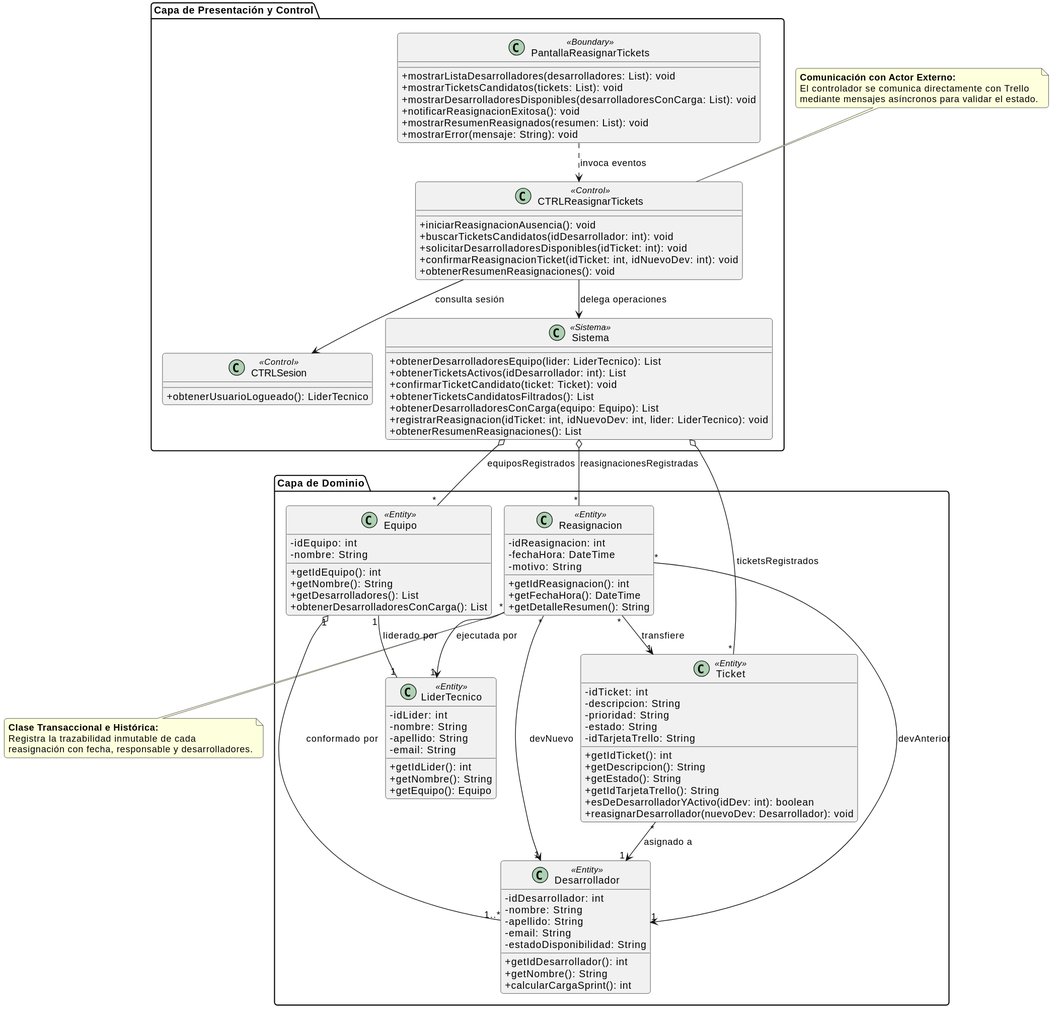
Earlier version of the PlantUML export modelos/02/03-diagrama-clases/clases_reasignar_tickets.svg (sandobaitt/dsi-2026).
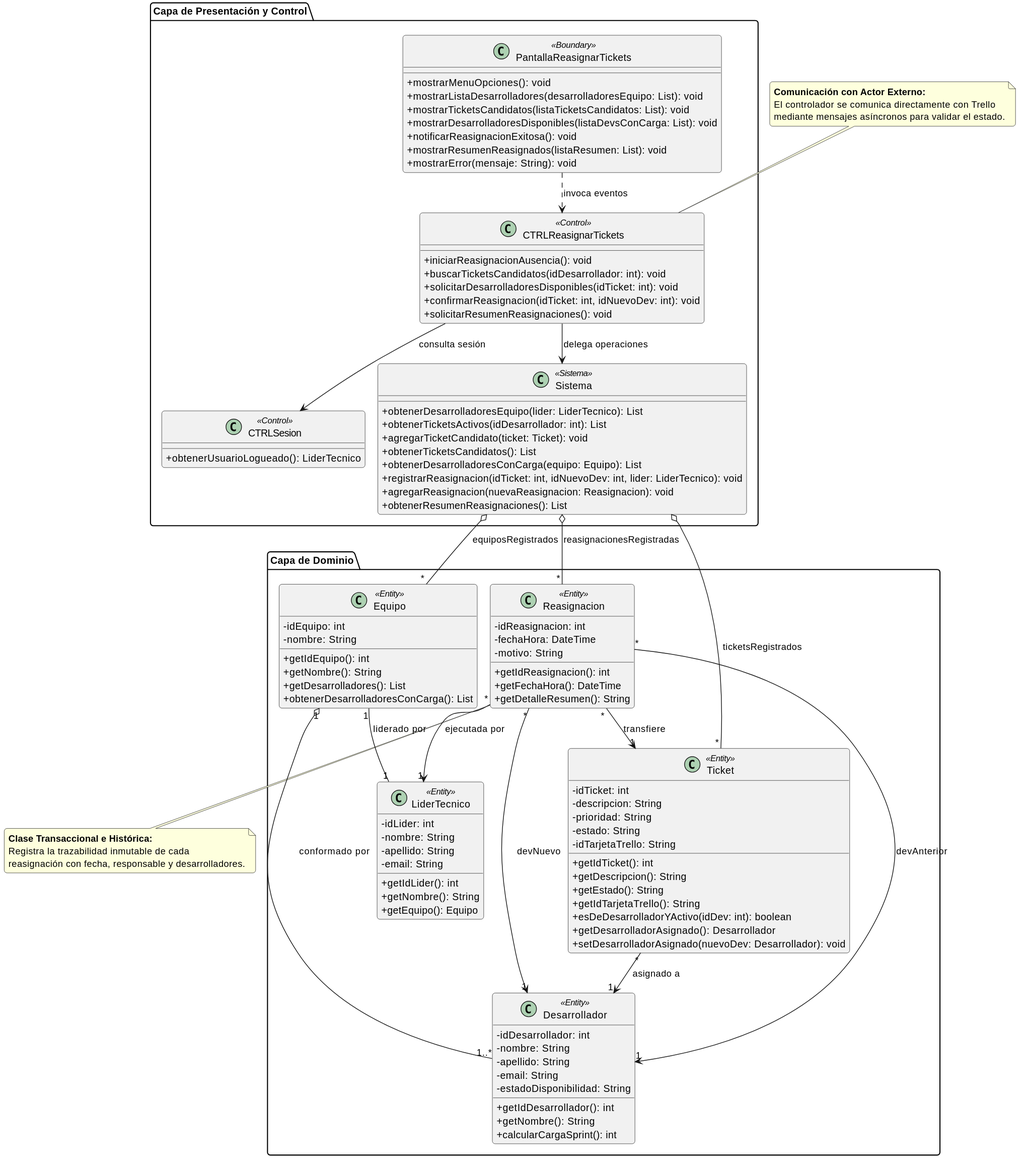
The same diagram one commit later.

Commit message:
docs: update use case description, CRC cards, and diagrams for ticket reassignment

The edit, as a diff of the source:
```diff
@@ -10,11 +10,12 @@
 package "Capa de Presentación y Control" {
 
     class "PantallaReasignarTickets" as UI <<Boundary>> {
-        + mostrarListaDesarrolladores(desarrolladores: List): void
-        + mostrarTicketsCandidatos(tickets: List): void
-        + mostrarDesarrolladoresDisponibles(desarrolladoresConCarga: List): void
+        + mostrarMenuOpciones(): void
+        + mostrarListaDesarrolladores(desarrolladoresEquipo: List): void
+        + mostrarTicketsCandidatos(listaTicketsCandidatos: List): void
+        + mostrarDesarrolladoresDisponibles(listaDevsConCarga: List): void
         + notificarReasignacionExitosa(): void
-        + mostrarResumenReasignados(resumen: List): void
+        + mostrarResumenReasignados(listaResumen: List): void
         + mostrarError(mensaje: String): void
     }
 
@@ -22,8 +23,8 @@
         + iniciarReasignacionAusencia(): void
         + buscarTicketsCandidatos(idDesarrollador: int): void
         + solicitarDesarrolladoresDisponibles(idTicket: int): void
-        + confirmarReasignacionTicket(idTicket: int, idNuevoDev: int): void
-        + obtenerResumenReasignaciones(): void
+        + confirmarReasignacion(idTicket: int, idNuevoDev: int): void
+        + solicitarResumenReasignaciones(): void
     }
 
     class "CTRLSesion" as CTRLSesion <<Control>> {
@@ -33,10 +34,11 @@
     class "Sistema" as Sistema <<Sistema>> {
         + obtenerDesarrolladoresEquipo(lider: LiderTecnico): List
         + obtenerTicketsActivos(idDesarrollador: int): List
-        + confirmarTicketCandidato(ticket: Ticket): void
-        + obtenerTicketsCandidatosFiltrados(): List
+        + agregarTicketCandidato(ticket: Ticket): void
+        + obtenerTicketsCandidatos(): List
         + obtenerDesarrolladoresConCarga(equipo: Equipo): List
         + registrarReasignacion(idTicket: int, idNuevoDev: int, lider: LiderTecnico): void
+        + agregarReasignacion(nuevaReasignacion: Reasignacion): void
         + obtenerResumenReasignaciones(): List
     }
 }
@@ -84,7 +86,8 @@
         + getEstado(): String
         + getIdTarjetaTrello(): String
         + esDeDesarrolladorYActivo(idDev: int): boolean
-        + reasignarDesarrollador(nuevoDev: Desarrollador): void
+        + getDesarrolladorAsignado(): Desarrollador
+        + setDesarrolladorAsignado(nuevoDev: Desarrollador): void
     }
 
     class "Reasignacion" as Reasignacion <<Entity>> {
```
